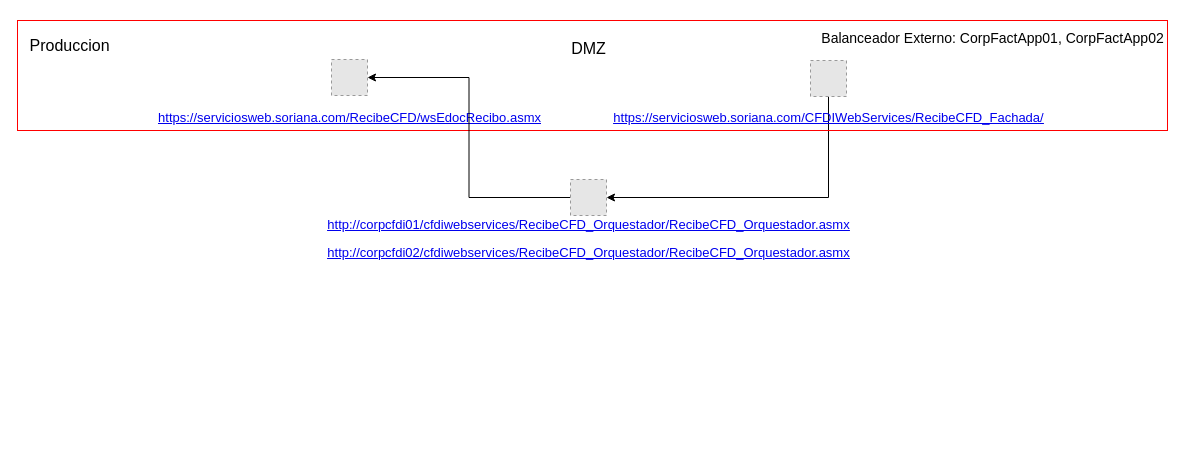
This is Untitled Diagram.drawio from hugocc13/FacturaCFDI33, a draw.io file, before an edit. Source tidied: cells renumbered, new cells numbered last; positions are measured from the earlier drawing's top-left corner, leaving out a move shared by most shapes. Both pictures are drawn from the tidied source at 100%, with x=0, y=0 at pixel (17, 17). Pictures stored in the file or linked from it are replaced by grey dashed boxes.
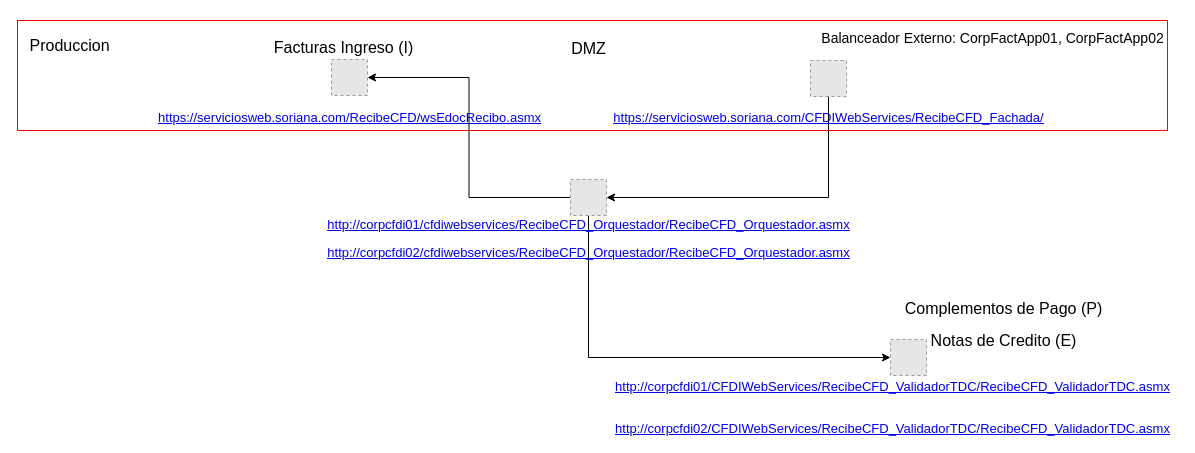
The same diagram, later.

Diff of the diagram source:
```diff
@@
 <mxGraphModel>
   <root>
     <mxCell id="0" />
     <mxCell id="1" parent="0" />
     <mxCell id="2" style="fillColor=#E6E6E6;strokeColor=#999999;dashed=1;verticalLabelPosition=bottom;labelBackgroundColor=#ffffff;verticalAlign=top;" parent="1" vertex="1">
       <mxGeometry x="314" y="42" width="36" height="36" as="geometry" />
     </mxCell>
     <mxCell id="3" value="&lt;p style=&quot;margin-bottom: 0cm&quot;&gt;&lt;font color=&quot;#000080&quot;&gt;&lt;span lang=&quot;zxx&quot;&gt;&lt;u&gt;&lt;a class=&quot;western&quot; href=&quot;https://serviciosweb.soriana.com/RecibeCFD/wsEdocRecibo.asmx&quot;&gt;&lt;font size=&quot;2&quot;&gt;&lt;span lang=&quot;es-MX&quot;&gt;https://serviciosweb.soriana.com/RecibeCFD/wsEdocRecibo.asmx&lt;/span&gt;&lt;/font&gt;&lt;/a&gt;&lt;/u&gt;&lt;/span&gt;&lt;/font&gt;&lt;/p&gt;" style="text;html=1;align=center;verticalAlign=middle;fillColor=none;strokeColor=none;rounded=0;" parent="1" vertex="1">
       <mxGeometry x="132" y="79" width="400" height="30" as="geometry" />
     </mxCell>
     <mxCell id="4" style="edgeStyle=orthogonalEdgeStyle;rounded=0;jettySize=auto;html=1;exitX=0.5;exitY=1;exitDx=0;exitDy=0;entryX=1;entryY=0.5;entryDx=0;entryDy=0;fontSize=14;fontColor=none;" parent="1" edge="1" source="5" target="12">
       <mxGeometry relative="1" as="geometry" />
     </mxCell>
     <mxCell id="5" style="fillColor=#E6E6E6;strokeColor=#999999;dashed=1;verticalLabelPosition=bottom;labelBackgroundColor=#ffffff;verticalAlign=top;" parent="1" vertex="1">
       <mxGeometry x="793" y="43" width="36" height="36" as="geometry" />
     </mxCell>
     <mxCell id="6" value="&lt;p style=&quot;margin-bottom: 0cm&quot;&gt;&lt;font color=&quot;#000080&quot;&gt;&lt;span lang=&quot;zxx&quot;&gt;&lt;u&gt;&lt;a class=&quot;western&quot; href=&quot;https://serviciosweb.soriana.com/CFDIWebServices/RecibeCFD_Fachada/&quot;&gt;&lt;font size=&quot;2&quot;&gt;&lt;span lang=&quot;es-MX&quot;&gt;https://serviciosweb.soriana.com/CFDIWebServices/RecibeCFD_Fachada/&lt;/span&gt;&lt;/font&gt;&lt;/a&gt;&lt;/u&gt;&lt;/span&gt;&lt;/font&gt;&lt;/p&gt;" style="text;html=1;align=center;verticalAlign=middle;fillColor=none;strokeColor=none;rounded=0;" parent="1" vertex="1">
       <mxGeometry x="586" y="79" width="450" height="30" as="geometry" />
     </mxCell>
     <mxCell id="7" style="rounded=0;whiteSpace=wrap;html=1;labelBackgroundColor=default;noLabel=1;labelBorderColor=#FF0000;fillColor=none;strokeColor=#FF0000;" parent="1" vertex="1">
       <mxGeometry y="3" width="1150" height="110" as="geometry" />
     </mxCell>
     <mxCell id="8" value="&lt;p style=&quot;margin-bottom: 0cm&quot;&gt;&lt;font style=&quot;font-size: 16px&quot;&gt;DMZ&lt;/font&gt;&lt;/p&gt;" style="text;html=1;align=center;verticalAlign=middle;fillColor=none;strokeColor=none;rounded=0;" parent="1" vertex="1">
       <mxGeometry x="546" y="10" width="50" height="30" as="geometry" />
     </mxCell>
     <mxCell id="9" value="&lt;p style=&quot;margin-bottom: 0cm&quot;&gt;&lt;font style=&quot;font-size: 16px&quot;&gt;Produccion&lt;/font&gt;&lt;/p&gt;" style="text;html=1;align=center;verticalAlign=middle;fillColor=none;strokeColor=none;rounded=0;" parent="1" vertex="1">
       <mxGeometry x="2" y="7" width="100" height="30" as="geometry" />
     </mxCell>
     <mxCell id="10" value="&lt;p style=&quot;margin-bottom: 0cm&quot;&gt;&lt;font style=&quot;font-size: 14px&quot;&gt;Balanceador Externo: CorpFactApp01, CorpFactApp02&lt;/font&gt;&lt;/p&gt;" style="text;html=1;align=center;verticalAlign=middle;fillColor=none;strokeColor=none;rounded=0;" parent="1" vertex="1">
       <mxGeometry x="795" width="360" height="30" as="geometry" />
     </mxCell>
     <mxCell id="11" style="edgeStyle=orthogonalEdgeStyle;rounded=0;jettySize=auto;html=1;exitX=0;exitY=0.5;exitDx=0;exitDy=0;entryX=1;entryY=0.5;entryDx=0;entryDy=0;fontSize=14;fontColor=none;" parent="1" edge="1" source="12" target="2">
       <mxGeometry relative="1" as="geometry" />
     </mxCell>
+    <mxCell id="14" style="edgeStyle=orthogonalEdgeStyle;rounded=0;jettySize=auto;html=1;exitX=0.5;exitY=1;exitDx=0;exitDy=0;entryX=0;entryY=0.5;entryDx=0;entryDy=0;fontSize=14;fontColor=none;" parent="1" edge="1" source="12" target="15">
+      <mxGeometry relative="1" as="geometry" />
+    </mxCell>
     <mxCell id="12" style="fillColor=#E6E6E6;strokeColor=#999999;dashed=1;verticalLabelPosition=bottom;labelBackgroundColor=#ffffff;verticalAlign=top;fontSize=14;fontColor=none;" parent="1" vertex="1">
       <mxGeometry x="553" y="162" width="36" height="36" as="geometry" />
     </mxCell>
     <mxCell id="13" value="&lt;p style=&quot;margin-bottom: 0cm&quot;&gt;&lt;font color=&quot;#000080&quot;&gt;&lt;span lang=&quot;zxx&quot;&gt;&lt;u&gt;&lt;a class=&quot;western&quot; href=&quot;http://corpcfdi01/cfdiwebservices/RecibeCFD_Orquestador/RecibeCFD_Orquestador.asmx&quot;&gt;&lt;font size=&quot;2&quot;&gt;&lt;span lang=&quot;es-MX&quot;&gt;http://corpcfdi01/cfdiwebservices/RecibeCFD_Orquestador/RecibeCFD_Orquestador.asmx&lt;/span&gt;&lt;/font&gt;&lt;/a&gt;&lt;/u&gt;&lt;/span&gt;&lt;/font&gt;&lt;/p&gt;&lt;p style=&quot;margin-bottom: 0cm&quot;&gt;&lt;u style=&quot;color: rgb(0 , 0 , 128)&quot;&gt;&lt;a class=&quot;western&quot; href=&quot;http://corpcfdi02/cfdiwebservices/RecibeCFD_Orquestador/RecibeCFD_Orquestador.asmx&quot;&gt;&lt;font size=&quot;2&quot;&gt;&lt;span lang=&quot;es-MX&quot;&gt;http://corpcfdi02/cfdiwebservices/RecibeCFD_Orquestador/RecibeCFD_Orquestador.asmx&lt;/span&gt;&lt;/font&gt;&lt;/a&gt;&lt;/u&gt;&lt;/p&gt;" style="text;html=1;align=center;verticalAlign=middle;fillColor=none;strokeColor=none;rounded=0;" parent="1" vertex="1">
       <mxGeometry x="301" y="185" width="540" height="60" as="geometry" />
     </mxCell>
+    <mxCell id="15" style="fillColor=#E6E6E6;strokeColor=#999999;dashed=1;verticalLabelPosition=bottom;labelBackgroundColor=#ffffff;verticalAlign=top;fontSize=14;fontColor=none;" parent="1" vertex="1">
+      <mxGeometry x="873" y="322" width="36" height="36" as="geometry" />
+    </mxCell>
+    <mxCell id="16" value="&lt;p style=&quot;margin-bottom: 0cm&quot;&gt;&lt;font color=&quot;#000080&quot;&gt;&lt;span lang=&quot;zxx&quot;&gt;&lt;u&gt;&lt;a class=&quot;western&quot; href=&quot;http://corpcfdi01/CFDIWebServices/RecibeCFD_ValidadorTDC/RecibeCFD_ValidadorTDC.asmx&quot;&gt;&lt;font size=&quot;2&quot;&gt;&lt;span lang=&quot;es-MX&quot;&gt;http://corpcfdi01/CFDIWebServices/RecibeCFD_ValidadorTDC/RecibeCFD_ValidadorTDC.asmx&lt;/span&gt;&lt;/font&gt;&lt;/a&gt;&lt;/u&gt;&lt;/span&gt;&lt;/font&gt;&lt;/p&gt;&lt;br/&gt;&lt;p style=&quot;margin-bottom: 0cm&quot;&gt;&lt;font color=&quot;#000080&quot;&gt;&lt;span lang=&quot;zxx&quot;&gt;&lt;u&gt;&lt;a class=&quot;western&quot; href=&quot;http://corpcfdi02/CFDIWebServices/RecibeCFD_ValidadorTDC/RecibeCFD_ValidadorTDC.asmx&quot;&gt;&lt;font size=&quot;2&quot;&gt;&lt;span lang=&quot;es-MX&quot;&gt;http://corpcfdi02/CFDIWebServices/RecibeCFD_ValidadorTDC/RecibeCFD_ValidadorTDC.asmx&lt;/span&gt;&lt;/font&gt;&lt;/a&gt;&lt;/u&gt;&lt;/span&gt;&lt;/font&gt;&lt;/p&gt;" style="text;html=1;align=center;verticalAlign=middle;fillColor=none;strokeColor=none;rounded=0;" parent="1" vertex="1">
+      <mxGeometry x="590" y="349" width="570" height="70" as="geometry" />
+    </mxCell>
+    <mxCell id="17" value="&lt;p style=&quot;margin-bottom: 0cm&quot;&gt;&lt;font style=&quot;font-size: 16px&quot;&gt;Facturas Ingreso (I)&lt;/font&gt;&lt;/p&gt;" style="text;html=1;align=center;verticalAlign=middle;fillColor=none;strokeColor=none;rounded=0;" parent="1" vertex="1">
+      <mxGeometry x="246" y="9" width="160" height="30" as="geometry" />
+    </mxCell>
+    <mxCell id="18" value="&lt;p style=&quot;margin-bottom: 0cm&quot;&gt;&lt;font style=&quot;font-size: 16px&quot;&gt;Complementos de Pago (P&lt;/font&gt;&lt;span style=&quot;font-size: 16px&quot;&gt;)&lt;/span&gt;&lt;/p&gt;&lt;p style=&quot;margin-bottom: 0cm&quot;&gt;&lt;span style=&quot;font-size: 16px&quot;&gt;Notas de Credito (E)&lt;/span&gt;&lt;/p&gt;" style="text;html=1;align=center;verticalAlign=middle;fillColor=none;strokeColor=none;rounded=0;" parent="1" vertex="1">
+      <mxGeometry x="881" y="271" width="210" height="60" as="geometry" />
+    </mxCell>
   </root>
 </mxGraphModel>
```
